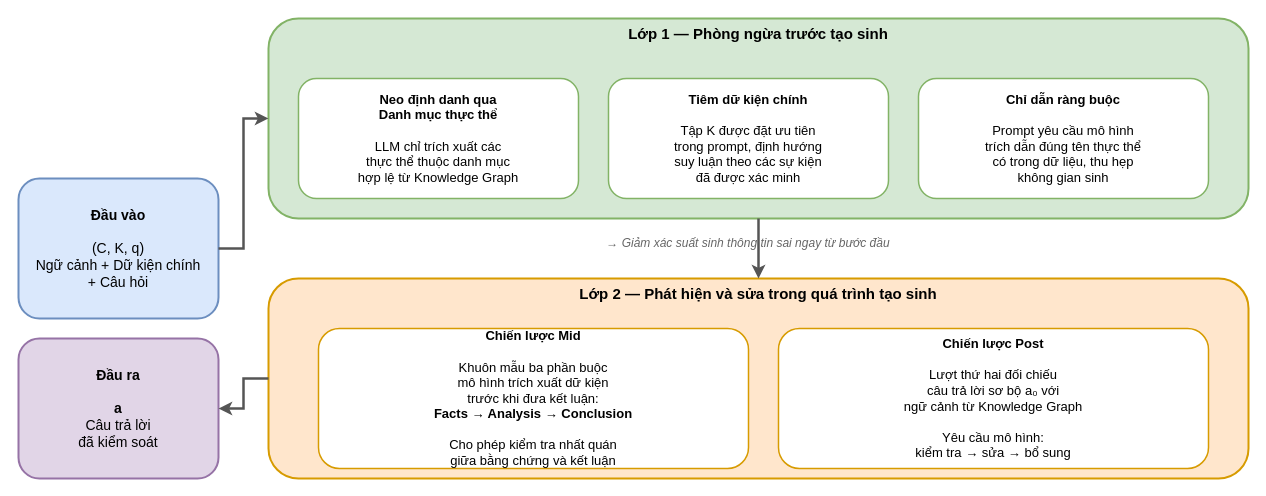
This is thesis/figures/c3/hallucination_control.drawio from BlackRose484/GraphRAG, a draw.io file, before an edit. Source tidied: cells renumbered, new cells numbered last; positions are measured from the earlier drawing's top-left corner, leaving out a move shared by most shapes. Both pictures are drawn from the tidied source at 100%, with x=0, y=0 at pixel (18, 18).
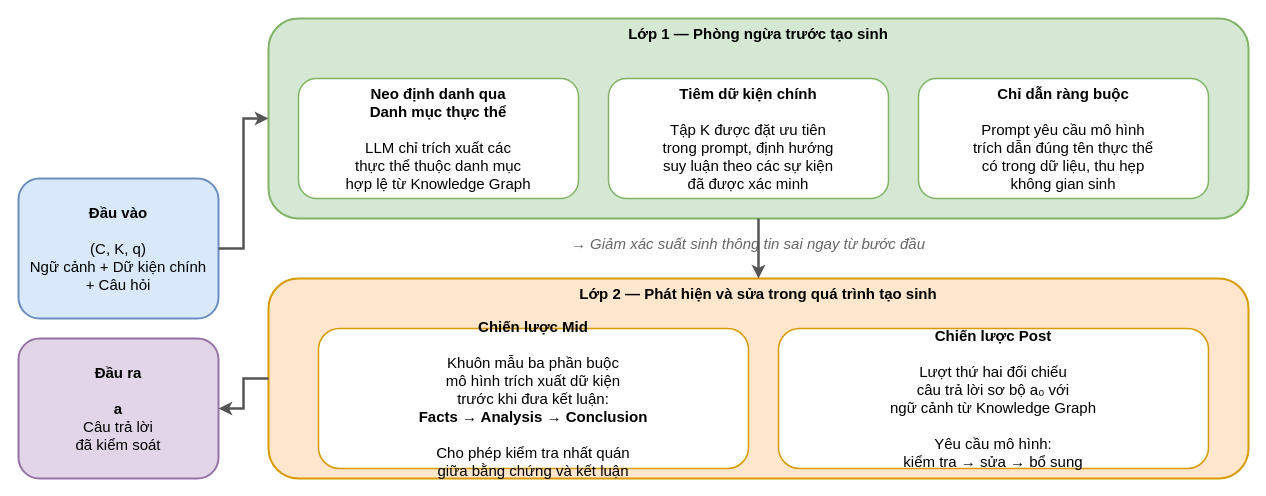
Above is the later version.

The edit, as a diff of the source:
```diff
@@
 <mxGraphModel>
   <root>
     <mxCell id="0" />
     <mxCell id="1" parent="0" />
-    <mxCell id="2" value="&lt;b&gt;Đầu vào&lt;/b&gt;&lt;br&gt;&lt;br&gt;(C, K, q)&lt;br&gt;Ngữ cảnh + Dữ kiện chính&lt;br&gt;+ Câu hỏi" style="rounded=1;whiteSpace=wrap;html=1;fillColor=#dae8fc;strokeColor=#6c8ebf;strokeWidth=2;fontSize=14;align=center;verticalAlign=middle;" parent="1" vertex="1">
+    <mxCell id="2" value="&lt;b&gt;Đầu vào&lt;/b&gt;&lt;br&gt;&lt;br&gt;(C, K, q)&lt;br&gt;Ngữ cảnh + Dữ kiện chính&lt;br&gt;+ Câu hỏi" style="rounded=1;whiteSpace=wrap;html=1;fillColor=#dae8fc;strokeColor=#6c8ebf;strokeWidth=2;fontSize=15;align=center;verticalAlign=middle;" parent="1" vertex="1">
       <mxGeometry y="160" width="200" height="140" as="geometry" />
     </mxCell>
     <mxCell id="3" value="Lớp 1 — Phòng ngừa trước tạo sinh" style="rounded=1;whiteSpace=wrap;html=1;fillColor=#d5e8d4;strokeColor=#82b366;strokeWidth=2;fontSize=15;fontStyle=1;verticalAlign=top;align=center;" parent="1" vertex="1">
       <mxGeometry x="250" width="980" height="200" as="geometry" />
     </mxCell>
-    <mxCell id="4" value="&lt;b&gt;Neo định danh qua&lt;br&gt;Danh mục thực thể&lt;/b&gt;&lt;br&gt;&lt;br&gt;LLM chỉ trích xuất các&lt;br&gt;thực thể thuộc danh mục&lt;br&gt;hợp lệ từ Knowledge Graph" style="rounded=1;whiteSpace=wrap;html=1;fillColor=#ffffff;strokeColor=#82b366;strokeWidth=1.5;fontSize=13;align=center;verticalAlign=middle;" parent="1" vertex="1">
+    <mxCell id="4" value="&lt;b&gt;Neo định danh qua&lt;br&gt;Danh mục thực thể&lt;/b&gt;&lt;br&gt;&lt;br&gt;LLM chỉ trích xuất các&lt;br&gt;thực thể thuộc danh mục&lt;br&gt;hợp lệ từ Knowledge Graph" style="rounded=1;whiteSpace=wrap;html=1;fillColor=#ffffff;strokeColor=#82b366;strokeWidth=1.5;fontSize=15;align=center;verticalAlign=middle;" parent="1" vertex="1">
       <mxGeometry x="280" y="60" width="280" height="120" as="geometry" />
     </mxCell>
-    <mxCell id="5" value="&lt;b&gt;Tiêm dữ kiện chính&lt;/b&gt;&lt;br&gt;&lt;br&gt;Tập K được đặt ưu tiên&lt;br&gt;trong prompt, định hướng&lt;br&gt;suy luận theo các sự kiện&lt;br&gt;đã được xác minh" style="rounded=1;whiteSpace=wrap;html=1;fillColor=#ffffff;strokeColor=#82b366;strokeWidth=1.5;fontSize=13;align=center;verticalAlign=middle;" parent="1" vertex="1">
+    <mxCell id="5" value="&lt;b&gt;Tiêm dữ kiện chính&lt;/b&gt;&lt;br&gt;&lt;br&gt;Tập K được đặt ưu tiên&lt;br&gt;trong prompt, định hướng&lt;br&gt;suy luận theo các sự kiện&lt;br&gt;đã được xác minh" style="rounded=1;whiteSpace=wrap;html=1;fillColor=#ffffff;strokeColor=#82b366;strokeWidth=1.5;fontSize=15;align=center;verticalAlign=middle;" parent="1" vertex="1">
       <mxGeometry x="590" y="60" width="280" height="120" as="geometry" />
     </mxCell>
-    <mxCell id="6" value="&lt;b&gt;Chỉ dẫn ràng buộc&lt;/b&gt;&lt;br&gt;&lt;br&gt;Prompt yêu cầu mô hình&lt;br&gt;trích dẫn đúng tên thực thể&lt;br&gt;có trong dữ liệu, thu hẹp&lt;br&gt;không gian sinh" style="rounded=1;whiteSpace=wrap;html=1;fillColor=#ffffff;strokeColor=#82b366;strokeWidth=1.5;fontSize=13;align=center;verticalAlign=middle;" parent="1" vertex="1">
+    <mxCell id="6" value="&lt;b&gt;Chỉ dẫn ràng buộc&lt;/b&gt;&lt;br&gt;&lt;br&gt;Prompt yêu cầu mô hình&lt;br&gt;trích dẫn đúng tên thực thể&lt;br&gt;có trong dữ liệu, thu hẹp&lt;br&gt;không gian sinh" style="rounded=1;whiteSpace=wrap;html=1;fillColor=#ffffff;strokeColor=#82b366;strokeWidth=1.5;fontSize=15;align=center;verticalAlign=middle;" parent="1" vertex="1">
       <mxGeometry x="900" y="60" width="290" height="120" as="geometry" />
     </mxCell>
-    <mxCell id="7" value="&lt;i&gt;→ Giảm xác suất sinh thông tin sai ngay từ bước đầu&lt;/i&gt;" style="text;html=1;align=center;verticalAlign=middle;whiteSpace=wrap;rounded=0;fontSize=12;fontStyle=2;fontColor=#666666;" parent="1" vertex="1">
+    <mxCell id="7" value="&lt;i&gt;→ Giảm xác suất sinh thông tin sai ngay từ bước đầu&lt;/i&gt;" style="text;html=1;align=center;verticalAlign=middle;whiteSpace=wrap;rounded=0;fontSize=15;fontStyle=2;fontColor=#666666;" parent="1" vertex="1">
       <mxGeometry x="280" y="210" width="900" height="30" as="geometry" />
     </mxCell>
     <mxCell id="8" value="Lớp 2 — Phát hiện và sửa trong quá trình tạo sinh" style="rounded=1;whiteSpace=wrap;html=1;fillColor=#ffe6cc;strokeColor=#d79b00;strokeWidth=2;fontSize=15;fontStyle=1;verticalAlign=top;align=center;" parent="1" vertex="1">
       <mxGeometry x="250" y="260" width="980" height="200" as="geometry" />
     </mxCell>
-    <mxCell id="9" value="&lt;b&gt;Chiến lược Mid&lt;/b&gt;&lt;br&gt;&lt;br&gt;Khuôn mẫu ba phần buộc&lt;br&gt;mô hình trích xuất dữ kiện&lt;br&gt;trước khi đưa kết luận:&lt;br&gt;&lt;b&gt;Facts → Analysis → Conclusion&lt;/b&gt;&lt;br&gt;&lt;br&gt;Cho phép kiểm tra nhất quán&lt;br&gt;giữa bằng chứng và kết luận" style="rounded=1;whiteSpace=wrap;html=1;fillColor=#ffffff;strokeColor=#d79b00;strokeWidth=1.5;fontSize=13;align=center;verticalAlign=middle;" parent="1" vertex="1">
+    <mxCell id="9" value="&lt;b&gt;Chiến lược Mid&lt;/b&gt;&lt;br&gt;&lt;br&gt;Khuôn mẫu ba phần buộc&lt;br&gt;mô hình trích xuất dữ kiện&lt;br&gt;trước khi đưa kết luận:&lt;br&gt;&lt;b&gt;Facts → Analysis → Conclusion&lt;/b&gt;&lt;br&gt;&lt;br&gt;Cho phép kiểm tra nhất quán&lt;br&gt;giữa bằng chứng và kết luận" style="rounded=1;whiteSpace=wrap;html=1;fillColor=#ffffff;strokeColor=#d79b00;strokeWidth=1.5;fontSize=15;align=center;verticalAlign=middle;" parent="1" vertex="1">
       <mxGeometry x="300" y="310" width="430" height="140" as="geometry" />
     </mxCell>
-    <mxCell id="10" value="&lt;b&gt;Chiến lược Post&lt;/b&gt;&lt;br&gt;&lt;br&gt;Lượt thứ hai đối chiếu&lt;br&gt;câu trả lời sơ bộ a₀ với&lt;br&gt;ngữ cảnh từ Knowledge Graph&lt;br&gt;&lt;br&gt;Yêu cầu mô hình:&lt;br&gt;kiểm tra → sửa → bổ sung" style="rounded=1;whiteSpace=wrap;html=1;fillColor=#ffffff;strokeColor=#d79b00;strokeWidth=1.5;fontSize=13;align=center;verticalAlign=middle;" parent="1" vertex="1">
+    <mxCell id="10" value="&lt;b&gt;Chiến lược Post&lt;/b&gt;&lt;br&gt;&lt;br&gt;Lượt thứ hai đối chiếu&lt;br&gt;câu trả lời sơ bộ a₀ với&lt;br&gt;ngữ cảnh từ Knowledge Graph&lt;br&gt;&lt;br&gt;Yêu cầu mô hình:&lt;br&gt;kiểm tra → sửa → bổ sung" style="rounded=1;whiteSpace=wrap;html=1;fillColor=#ffffff;strokeColor=#d79b00;strokeWidth=1.5;fontSize=15;align=center;verticalAlign=middle;" parent="1" vertex="1">
       <mxGeometry x="760" y="310" width="430" height="140" as="geometry" />
     </mxCell>
-    <mxCell id="11" value="&lt;b&gt;Đầu ra&lt;/b&gt;&lt;br&gt;&lt;br&gt;&lt;b&gt;a&lt;/b&gt;&lt;br&gt;Câu trả lời&lt;br&gt;đã kiểm soát" style="rounded=1;whiteSpace=wrap;html=1;fillColor=#e1d5e7;strokeColor=#9673a6;strokeWidth=2;fontSize=14;align=center;verticalAlign=middle;" parent="1" vertex="1">
+    <mxCell id="11" value="&lt;b&gt;Đầu ra&lt;/b&gt;&lt;br&gt;&lt;br&gt;&lt;b&gt;a&lt;/b&gt;&lt;br&gt;Câu trả lời&lt;br&gt;đã kiểm soát" style="rounded=1;whiteSpace=wrap;html=1;fillColor=#e1d5e7;strokeColor=#9673a6;strokeWidth=2;fontSize=15;align=center;verticalAlign=middle;" parent="1" vertex="1">
       <mxGeometry y="320" width="200" height="140" as="geometry" />
     </mxCell>
     <mxCell id="12" style="endArrow=classic;html=1;rounded=0;edgeStyle=orthogonalEdgeStyle;strokeColor=#555555;strokeWidth=2.5;exitX=1;exitY=0.5;exitDx=0;exitDy=0;entryX=0;entryY=0.5;entryDx=0;entryDy=0;" parent="1" edge="1" source="2" target="3">
       <mxGeometry relative="1" as="geometry" />
     </mxCell>
     <mxCell id="13" style="endArrow=classic;html=1;rounded=0;strokeColor=#555555;strokeWidth=2.5;exitX=0.5;exitY=1;exitDx=0;exitDy=0;entryX=0.5;entryY=0;entryDx=0;entryDy=0;" parent="1" edge="1" source="3" target="8">
       <mxGeometry relative="1" as="geometry" />
     </mxCell>
     <mxCell id="14" style="endArrow=classic;html=1;rounded=0;edgeStyle=orthogonalEdgeStyle;strokeColor=#555555;strokeWidth=2.5;exitX=0;exitY=0.5;exitDx=0;exitDy=0;entryX=1;entryY=0.5;entryDx=0;entryDy=0;" parent="1" edge="1" source="8" target="11">
       <mxGeometry relative="1" as="geometry" />
     </mxCell>
   </root>
 </mxGraphModel>
```
